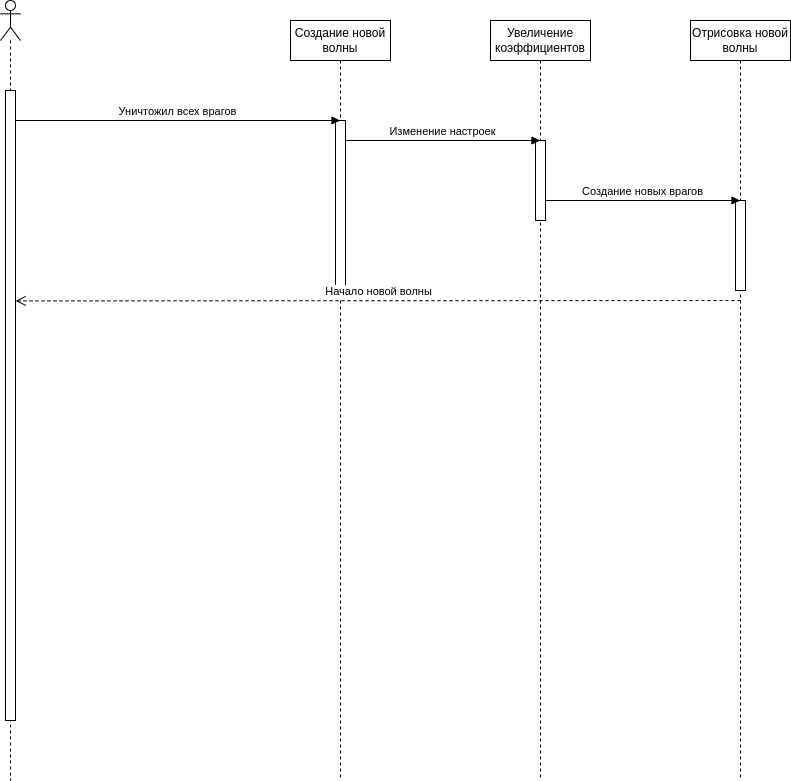
Before: posled_diagr/New_wave.png, a diagram exported from draw.io (postavtezachet/TRIPTO2). Source tidied: cells renumbered, new cells last; positions are measured from the earlier drawing's top-left corner, leaving out a move shared by most shapes.
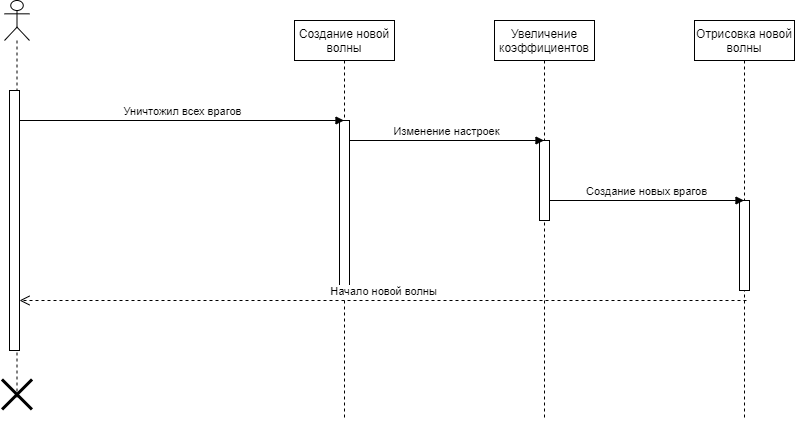
The same diagram one commit later.

Diff of the diagram source:
```diff
@@ -3,13 +3,16 @@
     <mxCell id="0" />
     <mxCell id="1" parent="0" />
     <mxCell id="2" style="shape=umlLifeline;participant=umlActor;perimeter=lifelinePerimeter;whiteSpace=wrap;html=1;verticalAlign=top;spacingTop=36;" parent="1" vertex="1">
-      <mxGeometry width="20" height="780" as="geometry" />
+      <mxGeometry width="25" height="400" as="geometry" />
     </mxCell>
+    <mxCell id="14" style="shape=umlDestroy;whiteSpace=wrap;html=1;strokeWidth=3;" parent="2" vertex="1">
+      <mxGeometry x="-2.5" y="379" width="30" height="30" as="geometry" />
+    </mxCell>
     <mxCell id="3" style="html=1;points=[];perimeter=orthogonalPerimeter;" parent="1" vertex="1">
-      <mxGeometry x="5" y="90" width="10" height="630" as="geometry" />
+      <mxGeometry x="5" y="90" width="10" height="260" as="geometry" />
     </mxCell>
     <mxCell id="4" value="Создание новой волны" style="shape=umlLifeline;perimeter=lifelinePerimeter;whiteSpace=wrap;html=1;outlineConnect=0;" parent="1" vertex="1">
-      <mxGeometry x="290" y="20" width="100" height="760" as="geometry" />
+      <mxGeometry x="290" y="20" width="100" height="400" as="geometry" />
     </mxCell>
     <mxCell id="5" style="html=1;perimeter=orthogonalPerimeter;" parent="4" vertex="1">
       <mxGeometry x="45" y="100" width="10" height="170" as="geometry" />
@@ -20,7 +23,7 @@
       </mxGeometry>
     </mxCell>
     <mxCell id="7" value="Увеличение коэффициентов" style="shape=umlLifeline;perimeter=lifelinePerimeter;whiteSpace=wrap;html=1;outlineConnect=0;" parent="1" vertex="1">
-      <mxGeometry x="490" y="20" width="100" height="760" as="geometry" />
+      <mxGeometry x="490" y="20" width="100" height="400" as="geometry" />
     </mxCell>
     <mxCell id="8" style="html=1;perimeter=orthogonalPerimeter;" parent="7" vertex="1">
       <mxGeometry x="45" y="120" width="10" height="80" as="geometry" />
@@ -31,7 +34,7 @@
       </mxGeometry>
     </mxCell>
     <mxCell id="10" value="Отрисовка новой волны" style="shape=umlLifeline;perimeter=lifelinePerimeter;whiteSpace=wrap;html=1;" parent="1" vertex="1">
-      <mxGeometry x="690" y="20" width="100" height="760" as="geometry" />
+      <mxGeometry x="690" y="20" width="100" height="400" as="geometry" />
     </mxCell>
     <mxCell id="11" style="html=1;perimeter=orthogonalPerimeter;" parent="10" vertex="1">
       <mxGeometry x="45" y="180" width="10" height="90" as="geometry" />
@@ -42,9 +45,10 @@
         <mxPoint x="739.5" y="200" as="targetPoint" />
       </mxGeometry>
     </mxCell>
-    <mxCell id="13" value="Начало новой волны" style="html=1;verticalAlign=bottom;endArrow=open;dashed=1;endSize=8;entryX=1.016;entryY=0.334;entryDx=0;entryDy=0;entryPerimeter=0;" parent="1" edge="1" target="3">
+    <mxCell id="13" value="Начало новой волны" style="html=1;verticalAlign=bottom;endArrow=open;dashed=1;endSize=8;" parent="1" edge="1">
       <mxGeometry relative="1" as="geometry">
-        <mxPoint x="740" y="300" as="sourcePoint" />
+        <mxPoint x="742" y="300" as="sourcePoint" />
+        <mxPoint x="15" y="300" as="targetPoint" />
       </mxGeometry>
     </mxCell>
   </root>
```
